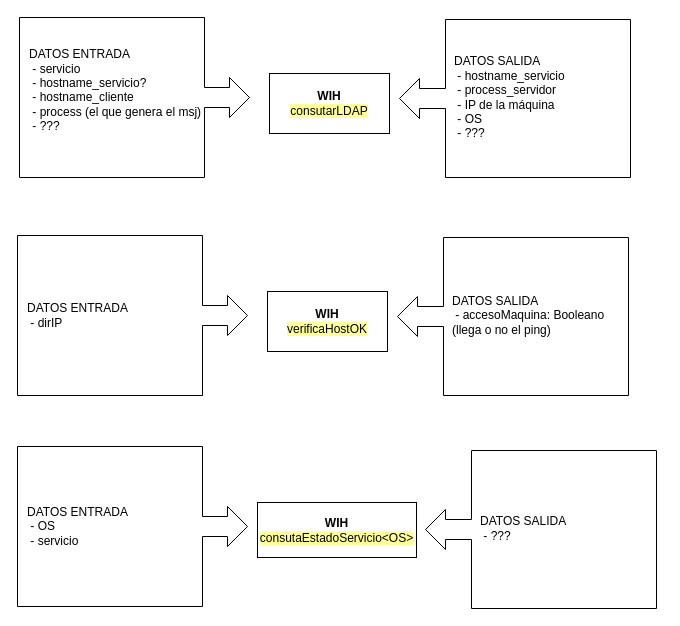
Before: page "WIH" (3 of 3) of esquemaProcesos.drawio in MarianaReyesH/gestionRed, a draw.io diagram. Source tidied: cells renumbered, new cells numbered last; positions are measured from the earlier drawing's top-left corner, leaving out a move shared by most shapes. Both pictures are drawn from the tidied source at 100%, with x=0, y=0 at pixel (17, 17).
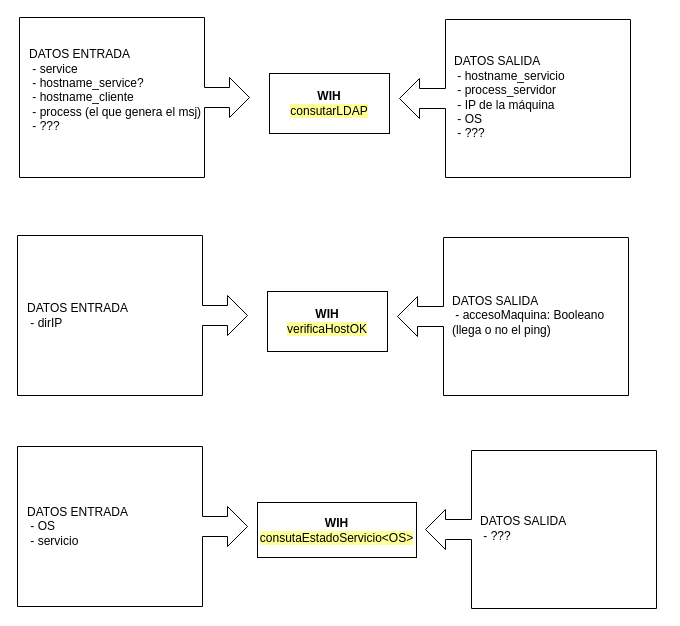
Above is the later version.

Diff of the diagram source:
```diff
@@
 <mxGraphModel>
   <root>
     <mxCell id="0" />
     <mxCell id="1" parent="0" />
     <mxCell id="2" value="&lt;b&gt;WIH&lt;/b&gt;&lt;div&gt;&lt;span style=&quot;background-color: rgb(255, 255, 153);&quot;&gt;consutarLDAP&lt;/span&gt;&lt;/div&gt;" style="rounded=0;whiteSpace=wrap;html=1;" parent="1" vertex="1">
       <mxGeometry x="252" y="56" width="120" height="60" as="geometry" />
     </mxCell>
     <mxCell id="3" style="html=1;shadow=0;dashed=0;align=center;verticalAlign=middle;shape=mxgraph.arrows2.calloutArrow;dy=10;dx=20;notch=185;arrowHead=10;" parent="1" vertex="1">
       <mxGeometry x="2" width="230" height="160" as="geometry" />
     </mxCell>
-    <mxCell id="4" value="DATOS ENTRADA&lt;div&gt;&amp;nbsp;- servicio&lt;/div&gt;&lt;div&gt;&amp;nbsp;- hostname_servicio?&lt;br&gt;&lt;div&gt;&amp;nbsp;- hostname_cliente&lt;/div&gt;&lt;div&gt;&amp;nbsp;- process (el que genera el msj)&lt;/div&gt;&lt;div&gt;&amp;nbsp;- ???&lt;/div&gt;&lt;div&gt;&amp;nbsp;&lt;/div&gt;&lt;/div&gt;" style="text;html=1;align=left;verticalAlign=middle;whiteSpace=wrap;rounded=0;" parent="1" vertex="1">
+    <mxCell id="4" value="DATOS ENTRADA&lt;div&gt;&amp;nbsp;- service&lt;/div&gt;&lt;div&gt;&amp;nbsp;- hostname_service?&lt;br&gt;&lt;div&gt;&amp;nbsp;- hostname_cliente&lt;/div&gt;&lt;div&gt;&amp;nbsp;- process (el que genera el msj)&lt;/div&gt;&lt;div&gt;&amp;nbsp;- ???&lt;/div&gt;&lt;div&gt;&amp;nbsp;&lt;/div&gt;&lt;/div&gt;" style="text;html=1;align=left;verticalAlign=middle;whiteSpace=wrap;rounded=0;" parent="1" vertex="1">
       <mxGeometry x="10" width="184" height="159" as="geometry" />
     </mxCell>
     <mxCell id="5" style="html=1;shadow=0;dashed=0;align=center;verticalAlign=middle;shape=mxgraph.arrows2.calloutArrow;dy=10;dx=20;notch=185;arrowHead=10;rotation=-180;" parent="1" vertex="1">
       <mxGeometry x="382" y="2" width="231" height="158" as="geometry" />
     </mxCell>
     <mxCell id="6" value="DATOS SALIDA&lt;div&gt;&amp;nbsp;- hostname_servicio&lt;/div&gt;&lt;div&gt;&amp;nbsp;- process_servidor&lt;/div&gt;&lt;div&gt;&amp;nbsp;- IP de la máquina&lt;/div&gt;&lt;div&gt;&amp;nbsp;- OS&lt;/div&gt;&lt;div&gt;&amp;nbsp;- ???&lt;/div&gt;" style="text;html=1;align=left;verticalAlign=middle;whiteSpace=wrap;rounded=0;" parent="1" vertex="1">
       <mxGeometry x="435" width="184" height="159" as="geometry" />
     </mxCell>
     <mxCell id="7" value="&lt;b&gt;WIH&lt;/b&gt;&lt;div&gt;&lt;span style=&quot;background-color: rgb(255, 255, 153);&quot;&gt;verificaHostOK&lt;/span&gt;&lt;/div&gt;" style="rounded=0;whiteSpace=wrap;html=1;" parent="1" vertex="1">
       <mxGeometry x="250" y="274" width="120" height="60" as="geometry" />
     </mxCell>
     <mxCell id="8" style="html=1;shadow=0;dashed=0;align=center;verticalAlign=middle;shape=mxgraph.arrows2.calloutArrow;dy=10;dx=20;notch=185;arrowHead=10;" parent="1" vertex="1">
       <mxGeometry y="218" width="230" height="160" as="geometry" />
     </mxCell>
     <mxCell id="9" value="DATOS ENTRADA&lt;div&gt;&amp;nbsp;- dirIP&lt;/div&gt;" style="text;html=1;align=left;verticalAlign=middle;whiteSpace=wrap;rounded=0;" parent="1" vertex="1">
       <mxGeometry x="8" y="218" width="184" height="159" as="geometry" />
     </mxCell>
     <mxCell id="10" style="html=1;shadow=0;dashed=0;align=center;verticalAlign=middle;shape=mxgraph.arrows2.calloutArrow;dy=10;dx=20;notch=185;arrowHead=10;rotation=-180;" parent="1" vertex="1">
       <mxGeometry x="380" y="220" width="231" height="158" as="geometry" />
     </mxCell>
     <mxCell id="11" value="DATOS SALIDA&lt;div&gt;&amp;nbsp;- accesoMaquina: Booleano (llega o no el ping)&lt;/div&gt;" style="text;html=1;align=left;verticalAlign=middle;whiteSpace=wrap;rounded=0;" parent="1" vertex="1">
       <mxGeometry x="433" y="218" width="184" height="159" as="geometry" />
     </mxCell>
     <mxCell id="12" value="&lt;b&gt;WIH&lt;/b&gt;&lt;div&gt;&lt;span style=&quot;background-color: rgb(255, 255, 153);&quot;&gt;consutaEstadoServicio&amp;lt;OS&amp;gt;&lt;/span&gt;&lt;/div&gt;" style="rounded=0;whiteSpace=wrap;html=1;" parent="1" vertex="1">
       <mxGeometry x="240" y="485" width="159" height="55" as="geometry" />
     </mxCell>
     <mxCell id="13" style="html=1;shadow=0;dashed=0;align=center;verticalAlign=middle;shape=mxgraph.arrows2.calloutArrow;dy=10;dx=20;notch=185;arrowHead=10;" parent="1" vertex="1">
       <mxGeometry y="429" width="230" height="160" as="geometry" />
     </mxCell>
     <mxCell id="14" value="DATOS ENTRADA&lt;div&gt;&amp;nbsp;- OS&lt;/div&gt;&lt;div&gt;&amp;nbsp;- servicio&lt;/div&gt;" style="text;html=1;align=left;verticalAlign=middle;whiteSpace=wrap;rounded=0;" parent="1" vertex="1">
       <mxGeometry x="8" y="429" width="184" height="159" as="geometry" />
     </mxCell>
     <mxCell id="15" style="html=1;shadow=0;dashed=0;align=center;verticalAlign=middle;shape=mxgraph.arrows2.calloutArrow;dy=10;dx=20;notch=185;arrowHead=10;rotation=-180;" parent="1" vertex="1">
       <mxGeometry x="408" y="433" width="231" height="158" as="geometry" />
     </mxCell>
     <mxCell id="16" value="DATOS SALIDA&lt;div&gt;&amp;nbsp;- ???&lt;/div&gt;" style="text;html=1;align=left;verticalAlign=middle;whiteSpace=wrap;rounded=0;" parent="1" vertex="1">
       <mxGeometry x="461" y="431" width="184" height="159" as="geometry" />
     </mxCell>
   </root>
 </mxGraphModel>
```
